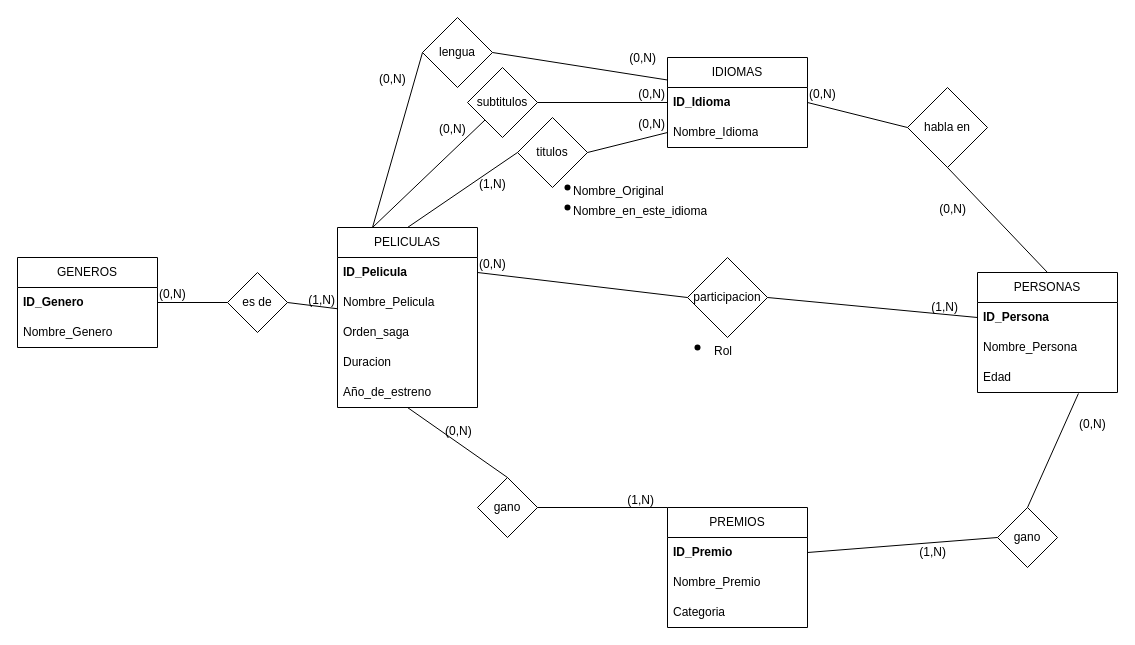
The draw.io diagram omdb.drawio in kolodani/AUS_Base_de_datos, before the edit. Source tidied: cells renumbered, new cells numbered last; positions are measured from the earlier drawing's top-left corner, leaving out a move shared by most shapes. Both pictures are drawn from the tidied source at 100%, with x=0, y=0 at pixel (17, 17).
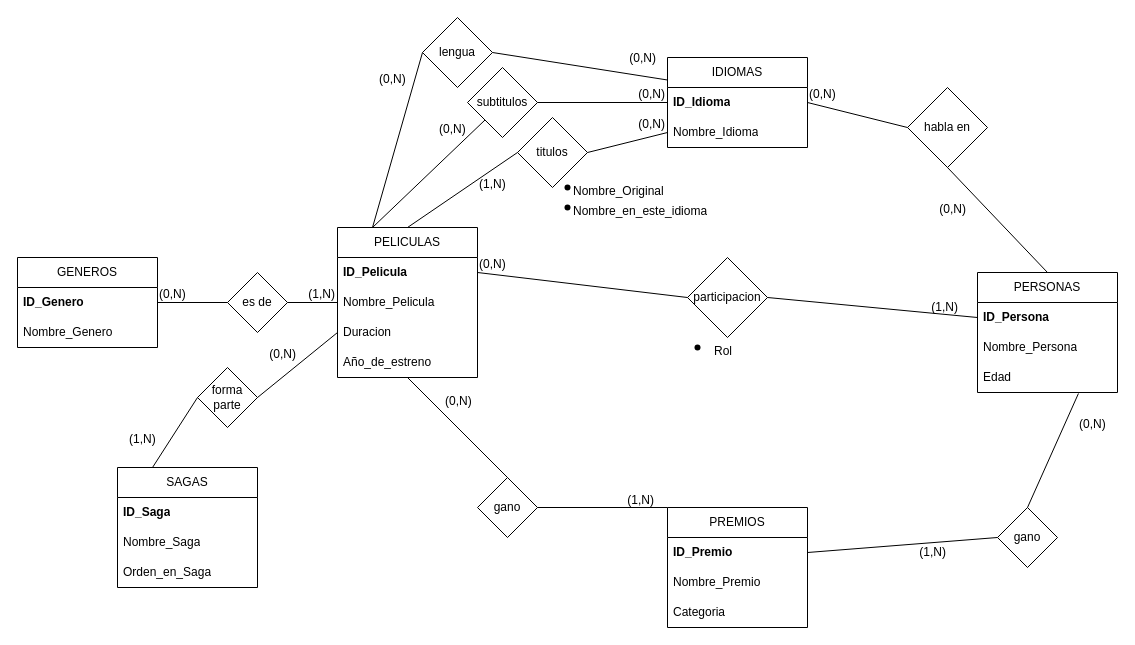
The same page after the edit.

What changed in the source:
```diff
@@
     <mxCell id="5" value="PELICULAS" style="swimlane;fontStyle=0;horizontal=1;startSize=30;whiteSpace=wrap;html=1;" parent="1" vertex="1">
-      <mxGeometry x="320" y="210" width="140" height="180" as="geometry" />
+      <mxGeometry x="320" y="210" width="140" height="150" as="geometry" />
     </mxCell>
@@
-    <mxCell id="8" value="&lt;div&gt;Orden_saga&lt;/div&gt;" style="text;strokeColor=none;fillColor=none;align=left;verticalAlign=middle;spacingLeft=4;spacingRight=4;overflow=hidden;whiteSpace=wrap;html=1;" parent="5" vertex="1">
-      <mxGeometry y="90" width="140" height="30" as="geometry" />
-    </mxCell>
     <mxCell id="9" value="Duracion" style="text;strokeColor=none;fillColor=none;align=left;verticalAlign=middle;spacingLeft=4;spacingRight=4;overflow=hidden;points=[[0,0.5],[1,0.5]];portConstraint=eastwest;whiteSpace=wrap;html=1;" parent="5" vertex="1">
-      <mxGeometry y="120" width="140" height="30" as="geometry" />
+      <mxGeometry y="90" width="140" height="30" as="geometry" />
     </mxCell>
     <mxCell id="10" value="Año_de_estreno" style="text;strokeColor=none;fillColor=none;align=left;verticalAlign=middle;spacingLeft=4;spacingRight=4;overflow=hidden;whiteSpace=wrap;html=1;" parent="5" vertex="1">
-      <mxGeometry y="150" width="140" height="30" as="geometry" />
+      <mxGeometry y="120" width="140" height="30" as="geometry" />
     </mxCell>
@@
+    <mxCell id="70" value="SAGAS" style="swimlane;fontStyle=0;horizontal=1;startSize=30;whiteSpace=wrap;html=1;" parent="1" vertex="1">
+      <mxGeometry x="100" y="450" width="140" height="120" as="geometry" />
+    </mxCell>
+    <mxCell id="71" value="&lt;b&gt;ID_Saga&lt;/b&gt;" style="text;strokeColor=none;fillColor=none;align=left;verticalAlign=middle;spacingLeft=4;spacingRight=4;overflow=hidden;whiteSpace=wrap;html=1;" parent="70" vertex="1">
+      <mxGeometry y="30" width="140" height="30" as="geometry" />
+    </mxCell>
+    <mxCell id="72" value="Nombre_Saga" style="text;strokeColor=none;fillColor=none;align=left;verticalAlign=middle;spacingLeft=4;spacingRight=4;overflow=hidden;whiteSpace=wrap;html=1;" parent="70" vertex="1">
+      <mxGeometry y="60" width="140" height="30" as="geometry" />
+    </mxCell>
+    <mxCell id="73" value="Orden_en_Saga" style="text;strokeColor=none;fillColor=none;align=left;verticalAlign=middle;spacingLeft=4;spacingRight=4;overflow=hidden;whiteSpace=wrap;html=1;" parent="70" vertex="1">
+      <mxGeometry y="90" width="140" height="30" as="geometry" />
+    </mxCell>
+    <mxCell id="74" value="forma parte" style="rhombus;whiteSpace=wrap;html=1;" parent="1" vertex="1">
+      <mxGeometry x="180" y="350" width="60" height="60" as="geometry" />
+    </mxCell>
+    <mxCell id="75" style="endArrow=none;html=1;rounded=0;exitX=0.25;exitY=0;exitDx=0;exitDy=0;entryX=0;entryY=0.5;entryDx=0;entryDy=0;" parent="1" edge="1" source="70" target="74">
+      <mxGeometry relative="1" as="geometry" />
+    </mxCell>
+    <mxCell id="76" value="(1,N)" style="html=1;whiteSpace=wrap;align=left;verticalAlign=bottom;" parent="75" vertex="1">
+      <mxGeometry x="-1" relative="1" as="geometry">
+        <mxPoint x="-25" y="-20" as="offset" />
+      </mxGeometry>
+    </mxCell>
+    <mxCell id="77" style="endArrow=none;html=1;rounded=0;exitX=1;exitY=0.5;exitDx=0;exitDy=0;entryX=0;entryY=0.5;entryDx=0;entryDy=0;" parent="1" edge="1" source="74" target="9">
+      <mxGeometry relative="1" as="geometry" />
+    </mxCell>
+    <mxCell id="78" value="&lt;div&gt;(0,N)&lt;/div&gt;" style="html=1;whiteSpace=wrap;align=right;verticalAlign=bottom;" parent="77" vertex="1">
+      <mxGeometry x="1" relative="1" as="geometry">
+        <mxPoint x="-40" y="30" as="offset" />
+      </mxGeometry>
+    </mxCell>
```
